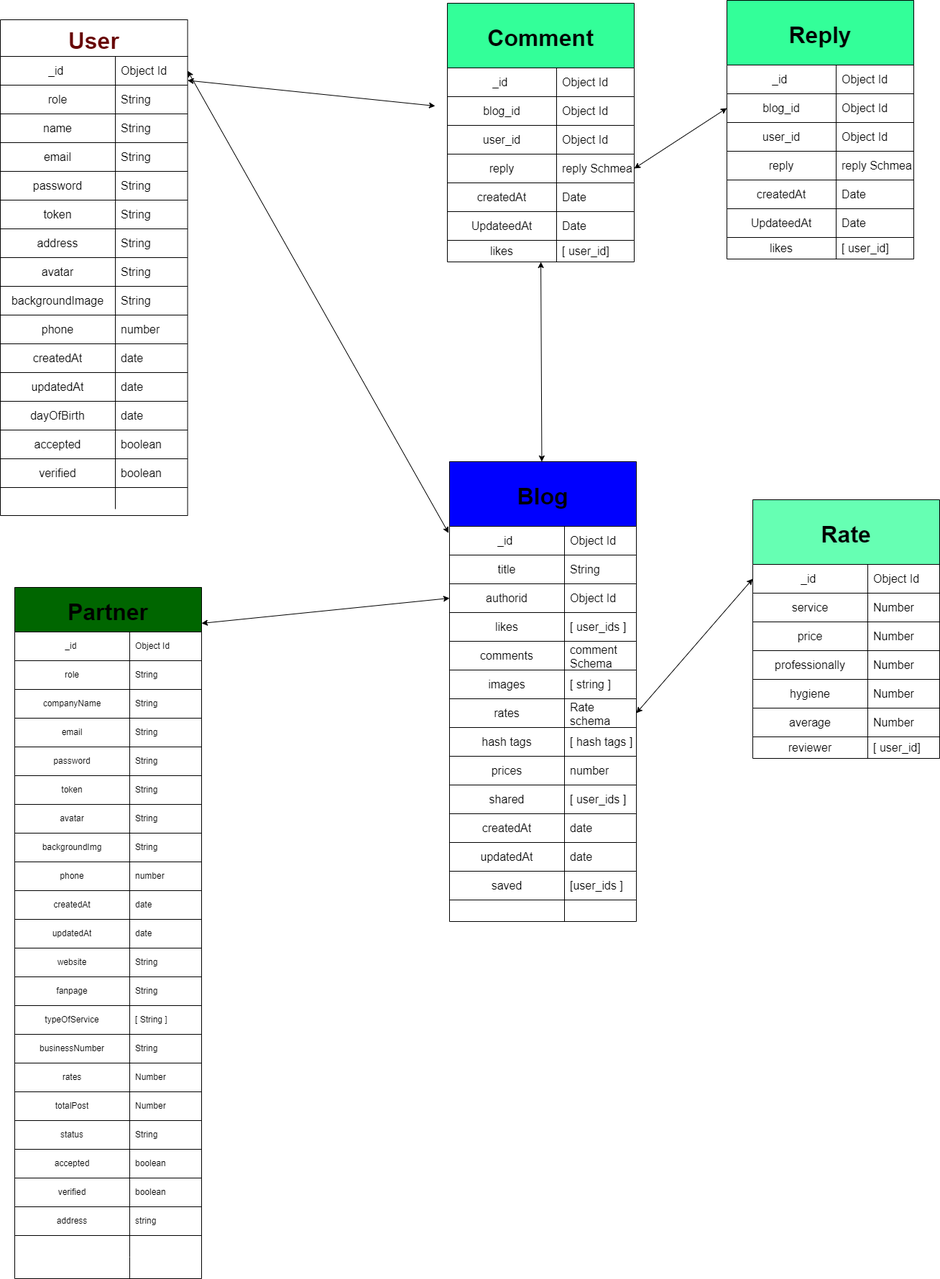
Before: database.drawio.png, a diagram exported from draw.io (VN-Space/VN_Space_Server). Source tidied: cells renumbered, new cells last; positions are measured from the earlier drawing's top-left corner, leaving out a move shared by most shapes.
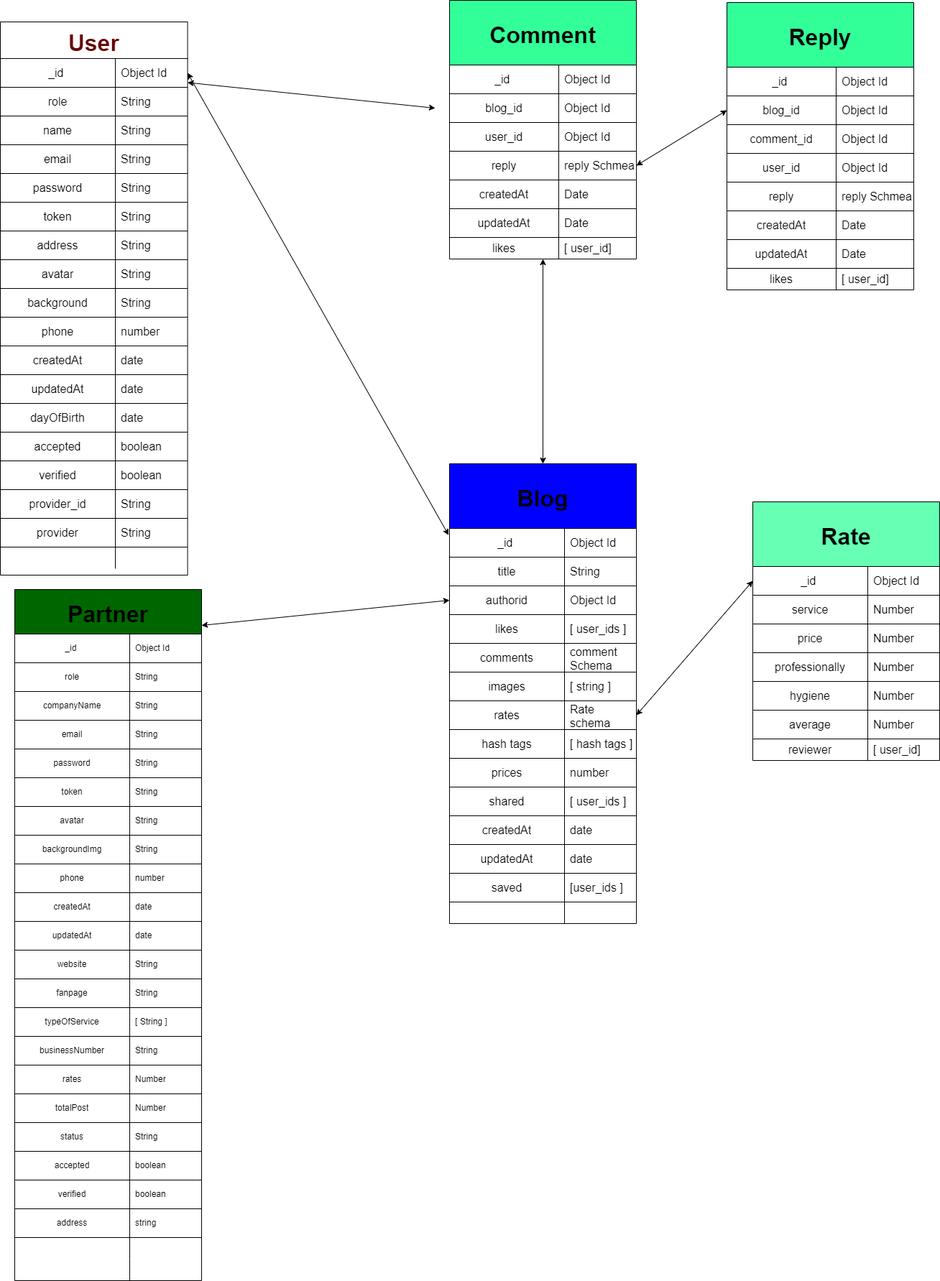
The same diagram one commit later.

Commit message:
update provider, provider_id fields on db-flow, change the backgroundImg field to background

Change to the diagram source:
```diff
@@ -3,7 +3,7 @@
     <mxCell id="0" />
     <mxCell id="1" parent="0" />
     <mxCell id="2" value="User" style="shape=table;startSize=51;rowLines=0;fontStyle=1;align=center;fillColor=#FFFFFF;fontColor=#660000;fontSize=32;" parent="1" vertex="1">
-      <mxGeometry y="27" width="260.5" height="690" as="geometry" />
+      <mxGeometry y="27" width="260.5" height="770" as="geometry" />
     </mxCell>
     <mxCell id="3" style="shape=partialRectangle;html=1;whiteSpace=wrap;fillColor=none;top=0;left=0;bottom=1;right=0;points=[[0,0.5],[1,0.5]];portConstraint=eastwest;fontSize=16;" parent="2" vertex="1">
       <mxGeometry y="51" width="260.5" height="40" as="geometry" />
@@ -80,7 +80,7 @@
     <mxCell id="27" style="shape=partialRectangle;html=1;whiteSpace=wrap;fillColor=none;top=0;left=0;bottom=1;right=0;fontSize=16;" parent="2" vertex="1">
       <mxGeometry y="371" width="260.5" height="40" as="geometry" />
     </mxCell>
-    <mxCell id="28" value="backgroundImage" style="shape=partialRectangle;html=1;whiteSpace=wrap;fillColor=none;top=0;left=0;bottom=0;right=0;overflow=hidden;fontSize=16;" parent="27" vertex="1">
+    <mxCell id="28" value="background" style="shape=partialRectangle;html=1;whiteSpace=wrap;fillColor=none;top=0;left=0;bottom=0;right=0;overflow=hidden;fontSize=16;" parent="27" vertex="1">
       <mxGeometry width="160" height="40" as="geometry" />
     </mxCell>
     <mxCell id="29" value="String" style="shape=partialRectangle;html=1;whiteSpace=wrap;fillColor=none;top=0;left=0;bottom=0;right=0;align=left;spacingLeft=6;overflow=hidden;fontSize=16;" parent="27" vertex="1">
@@ -140,8 +140,26 @@
     <mxCell id="47" value="boolean" style="shape=partialRectangle;html=1;whiteSpace=wrap;fillColor=none;top=0;left=0;bottom=0;right=0;align=left;spacingLeft=6;overflow=hidden;fontSize=16;" parent="45" vertex="1">
       <mxGeometry x="160" width="101" height="40" as="geometry" />
     </mxCell>
+    <mxCell id="236" style="shape=partialRectangle;html=1;whiteSpace=wrap;fillColor=none;top=0;left=0;bottom=1;right=0;fontSize=16;" parent="2" vertex="1">
+      <mxGeometry y="651" width="260.5" height="40" as="geometry" />
+    </mxCell>
+    <mxCell id="237" value="provider_id" style="shape=partialRectangle;html=1;whiteSpace=wrap;fillColor=none;top=0;left=0;bottom=0;right=0;overflow=hidden;fontSize=16;" parent="236" vertex="1">
+      <mxGeometry width="160" height="40" as="geometry" />
+    </mxCell>
+    <mxCell id="238" value="String" style="shape=partialRectangle;html=1;whiteSpace=wrap;fillColor=none;top=0;left=0;bottom=0;right=0;align=left;spacingLeft=6;overflow=hidden;fontSize=16;" parent="236" vertex="1">
+      <mxGeometry x="160" width="101" height="40" as="geometry" />
+    </mxCell>
+    <mxCell id="239" style="shape=partialRectangle;html=1;whiteSpace=wrap;fillColor=none;top=0;left=0;bottom=1;right=0;fontSize=16;" parent="2" vertex="1">
+      <mxGeometry y="691" width="260.5" height="40" as="geometry" />
+    </mxCell>
+    <mxCell id="240" value="provider" style="shape=partialRectangle;html=1;whiteSpace=wrap;fillColor=none;top=0;left=0;bottom=0;right=0;overflow=hidden;fontSize=16;" parent="239" vertex="1">
+      <mxGeometry width="160" height="40" as="geometry" />
+    </mxCell>
+    <mxCell id="241" value="String" style="shape=partialRectangle;html=1;whiteSpace=wrap;fillColor=none;top=0;left=0;bottom=0;right=0;align=left;spacingLeft=6;overflow=hidden;fontSize=16;" parent="239" vertex="1">
+      <mxGeometry x="160" width="101" height="40" as="geometry" />
+    </mxCell>
     <mxCell id="48" style="shape=partialRectangle;html=1;whiteSpace=wrap;fillColor=none;top=0;left=0;bottom=0;right=0;fontSize=16;" parent="2" vertex="1">
-      <mxGeometry y="651" width="260.5" height="30" as="geometry" />
+      <mxGeometry y="731" width="260.5" height="30" as="geometry" />
     </mxCell>
     <mxCell id="49" style="shape=partialRectangle;html=1;whiteSpace=wrap;fillColor=none;top=0;left=0;bottom=0;right=0;overflow=hidden;fontSize=16;" parent="48" vertex="1">
       <mxGeometry width="160" height="30" as="geometry" />
@@ -566,7 +584,7 @@
       <mxGeometry relative="1" as="geometry" />
     </mxCell>
     <mxCell id="189" value="Comment" style="shape=table;startSize=90;rowLines=0;fontStyle=1;align=center;fillColor=#33FF99;fontSize=32;fontColor=#000000;" parent="1" vertex="1">
-      <mxGeometry x="622" y="4" width="260" height="360" as="geometry" />
+      <mxGeometry x="625" y="-3" width="260" height="360" as="geometry" />
     </mxCell>
     <mxCell id="190" style="shape=partialRectangle;html=1;whiteSpace=wrap;fillColor=none;top=0;left=0;bottom=1;right=0;" parent="189" vertex="1">
       <mxGeometry y="90" width="260" height="40" as="geometry" />
@@ -616,7 +634,7 @@
     <mxCell id="205" style="shape=partialRectangle;html=1;whiteSpace=wrap;fillColor=none;top=0;left=0;bottom=1;right=0;fontSize=16;" parent="189" vertex="1">
       <mxGeometry y="290" width="260" height="40" as="geometry" />
     </mxCell>
-    <mxCell id="206" value="UpdateedAt" style="shape=partialRectangle;html=1;whiteSpace=wrap;fillColor=none;top=0;left=0;bottom=0;right=0;overflow=hidden;fontSize=16;" parent="205" vertex="1">
+    <mxCell id="206" value="updatedAt" style="shape=partialRectangle;html=1;whiteSpace=wrap;fillColor=none;top=0;left=0;bottom=0;right=0;overflow=hidden;fontSize=16;" parent="205" vertex="1">
       <mxGeometry width="152" height="40" as="geometry" />
     </mxCell>
     <mxCell id="207" value="Date" style="shape=partialRectangle;html=1;whiteSpace=wrap;fillColor=none;top=0;left=0;bottom=0;right=0;align=left;spacingLeft=6;overflow=hidden;fontSize=16;" parent="205" vertex="1">
@@ -640,7 +658,7 @@
       </mxGeometry>
     </mxCell>
     <mxCell id="213" value="Reply" style="shape=table;startSize=90;rowLines=0;fontStyle=1;align=center;fillColor=#33FF99;fontSize=32;fontColor=#000000;" parent="1" vertex="1">
-      <mxGeometry x="1011" width="260" height="360" as="geometry" />
+      <mxGeometry x="1011" width="260" height="400" as="geometry" />
     </mxCell>
     <mxCell id="214" style="shape=partialRectangle;html=1;whiteSpace=wrap;fillColor=none;top=0;left=0;bottom=1;right=0;" parent="213" vertex="1">
       <mxGeometry y="90" width="260" height="40" as="geometry" />
@@ -660,8 +678,17 @@
     <mxCell id="219" value="Object Id" style="shape=partialRectangle;html=1;whiteSpace=wrap;fillColor=none;top=0;left=0;bottom=0;right=0;align=left;spacingLeft=6;overflow=hidden;fontSize=16;" parent="217" vertex="1">
       <mxGeometry x="152" width="108" height="40" as="geometry" />
     </mxCell>
+    <mxCell id="242" style="shape=partialRectangle;html=1;whiteSpace=wrap;fillColor=none;top=0;left=0;bottom=1;right=0;fontSize=16;" parent="213" vertex="1">
+      <mxGeometry y="170" width="260" height="40" as="geometry" />
+    </mxCell>
+    <mxCell id="243" value="comment_id" style="shape=partialRectangle;html=1;whiteSpace=wrap;fillColor=none;top=0;left=0;bottom=0;right=0;overflow=hidden;fontSize=16;" parent="242" vertex="1">
+      <mxGeometry width="152" height="40" as="geometry" />
+    </mxCell>
+    <mxCell id="244" value="Object Id" style="shape=partialRectangle;html=1;whiteSpace=wrap;fillColor=none;top=0;left=0;bottom=0;right=0;align=left;spacingLeft=6;overflow=hidden;fontSize=16;" parent="242" vertex="1">
+      <mxGeometry x="152" width="108" height="40" as="geometry" />
+    </mxCell>
     <mxCell id="220" style="shape=partialRectangle;html=1;whiteSpace=wrap;fillColor=none;top=0;left=0;bottom=1;right=0;fontSize=16;" parent="213" vertex="1">
-      <mxGeometry y="170" width="260" height="40" as="geometry" />
+      <mxGeometry y="210" width="260" height="40" as="geometry" />
     </mxCell>
     <mxCell id="221" value="user_id" style="shape=partialRectangle;html=1;whiteSpace=wrap;fillColor=none;top=0;left=0;bottom=0;right=0;overflow=hidden;fontSize=16;" parent="220" vertex="1">
       <mxGeometry width="152" height="40" as="geometry" />
@@ -670,7 +697,7 @@
       <mxGeometry x="152" width="108" height="40" as="geometry" />
     </mxCell>
     <mxCell id="223" style="shape=partialRectangle;html=1;whiteSpace=wrap;fillColor=none;top=0;left=0;bottom=1;right=0;fontSize=16;" parent="213" vertex="1">
-      <mxGeometry y="210" width="260" height="40" as="geometry" />
+      <mxGeometry y="250" width="260" height="40" as="geometry" />
     </mxCell>
     <mxCell id="224" value="reply" style="shape=partialRectangle;html=1;whiteSpace=wrap;fillColor=none;top=0;left=0;bottom=0;right=0;overflow=hidden;fontSize=16;" parent="223" vertex="1">
       <mxGeometry width="152" height="40" as="geometry" />
@@ -679,7 +706,7 @@
       <mxGeometry x="152" width="108" height="40" as="geometry" />
     </mxCell>
     <mxCell id="226" style="shape=partialRectangle;html=1;whiteSpace=wrap;fillColor=none;top=0;left=0;bottom=1;right=0;fontSize=16;" parent="213" vertex="1">
-      <mxGeometry y="250" width="260" height="40" as="geometry" />
+      <mxGeometry y="290" width="260" height="40" as="geometry" />
     </mxCell>
     <mxCell id="227" value="createdAt" style="shape=partialRectangle;html=1;whiteSpace=wrap;fillColor=none;top=0;left=0;bottom=0;right=0;overflow=hidden;fontSize=16;" parent="226" vertex="1">
       <mxGeometry width="152" height="40" as="geometry" />
@@ -688,16 +715,16 @@
       <mxGeometry x="152" width="108" height="40" as="geometry" />
     </mxCell>
     <mxCell id="229" style="shape=partialRectangle;html=1;whiteSpace=wrap;fillColor=none;top=0;left=0;bottom=1;right=0;fontSize=16;" parent="213" vertex="1">
-      <mxGeometry y="290" width="260" height="40" as="geometry" />
+      <mxGeometry y="330" width="260" height="40" as="geometry" />
     </mxCell>
-    <mxCell id="230" value="UpdateedAt" style="shape=partialRectangle;html=1;whiteSpace=wrap;fillColor=none;top=0;left=0;bottom=0;right=0;overflow=hidden;fontSize=16;" parent="229" vertex="1">
+    <mxCell id="230" value="updatedAt" style="shape=partialRectangle;html=1;whiteSpace=wrap;fillColor=none;top=0;left=0;bottom=0;right=0;overflow=hidden;fontSize=16;" parent="229" vertex="1">
       <mxGeometry width="152" height="40" as="geometry" />
     </mxCell>
     <mxCell id="231" value="Date" style="shape=partialRectangle;html=1;whiteSpace=wrap;fillColor=none;top=0;left=0;bottom=0;right=0;align=left;spacingLeft=6;overflow=hidden;fontSize=16;" parent="229" vertex="1">
       <mxGeometry x="152" width="108" height="40" as="geometry" />
     </mxCell>
     <mxCell id="232" style="shape=partialRectangle;html=1;whiteSpace=wrap;fillColor=none;top=0;left=0;bottom=0;right=0;fontSize=16;" parent="213" vertex="1">
-      <mxGeometry y="330" width="260" height="30" as="geometry" />
+      <mxGeometry y="370" width="260" height="30" as="geometry" />
     </mxCell>
     <mxCell id="233" value="likes" style="shape=partialRectangle;html=1;whiteSpace=wrap;fillColor=none;top=0;left=0;bottom=0;right=0;overflow=hidden;fontSize=16;" parent="232" vertex="1">
       <mxGeometry width="152" height="30" as="geometry" />
```
